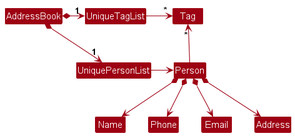
nus-cs2103-AY2425S1/tp keeps this PlantUML diagram as docs/images/BetterModelClassDiagram.png. Above is the earlier version.
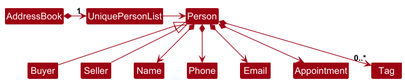
The same file after the commit.

Change to the diagram source:
```diff
@@ -5,17 +5,15 @@
 skinparam classBackgroundColor MODEL_COLOR
 
 AddressBook *-right-> "1" UniquePersonList
-AddressBook *-right-> "1" UniqueTagList
-UniqueTagList -[hidden]down- UniquePersonList
-UniqueTagList -[hidden]down- UniquePersonList
 
-UniqueTagList -right-> "*" Tag
 UniquePersonList -right-> Person
 
-Person -up-> "*" Tag
+Person <|-- Buyer
+Person <|-- Seller
 
 Person *--> Name
 Person *--> Phone
 Person *--> Email
-Person *--> Address
+Person *--> Appointment
+Person *--> "0..*" Tag
 @enduml
```
